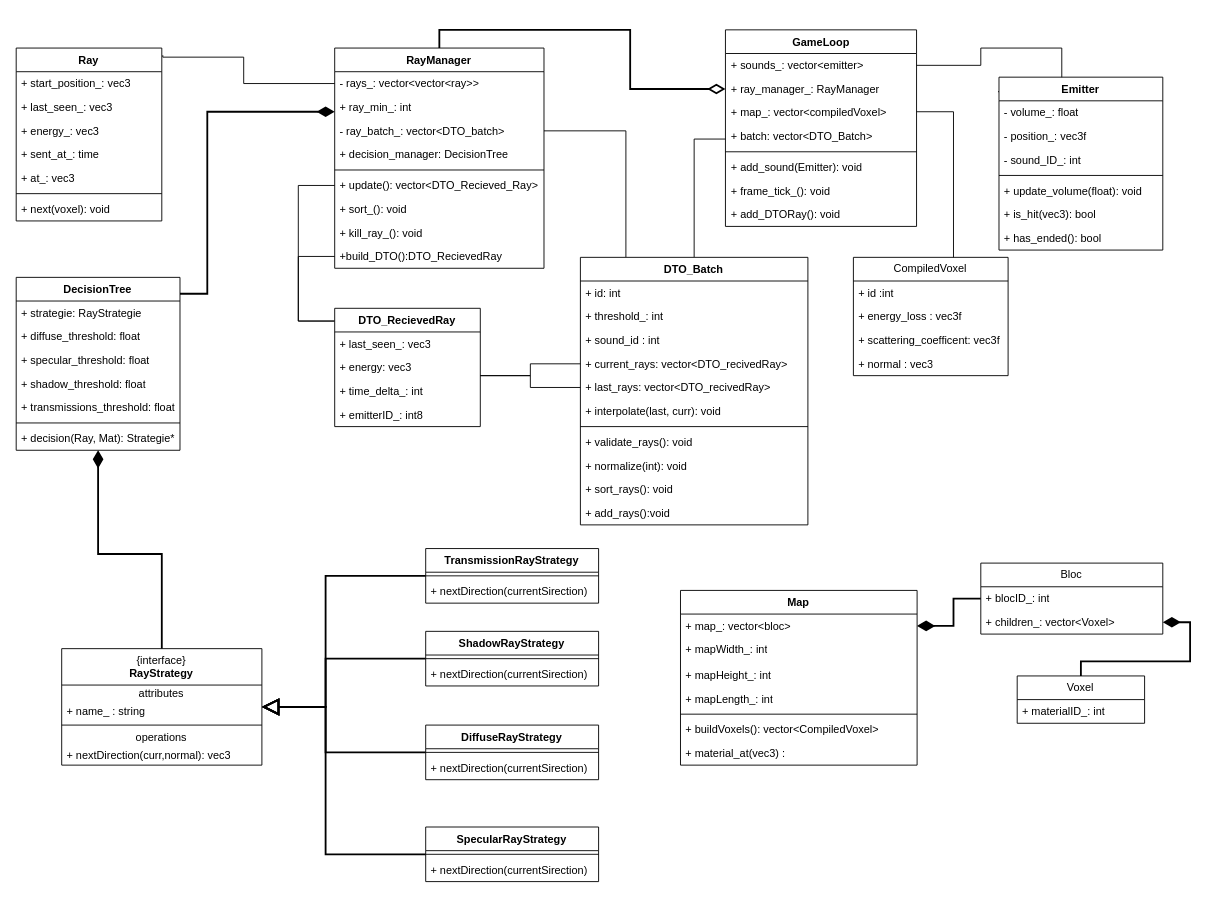
Before: doc/UML/draw_format/Draft-Classes-Jack.drawio in Cemecla/Acoustic-Tracing, a draw.io diagram. Source tidied: cells renumbered, new cells numbered last; positions are measured from the earlier drawing's top-left corner, leaving out a move shared by most shapes. Both pictures are drawn from the tidied source at 91%, with x=0, y=0 at pixel (15, 29).
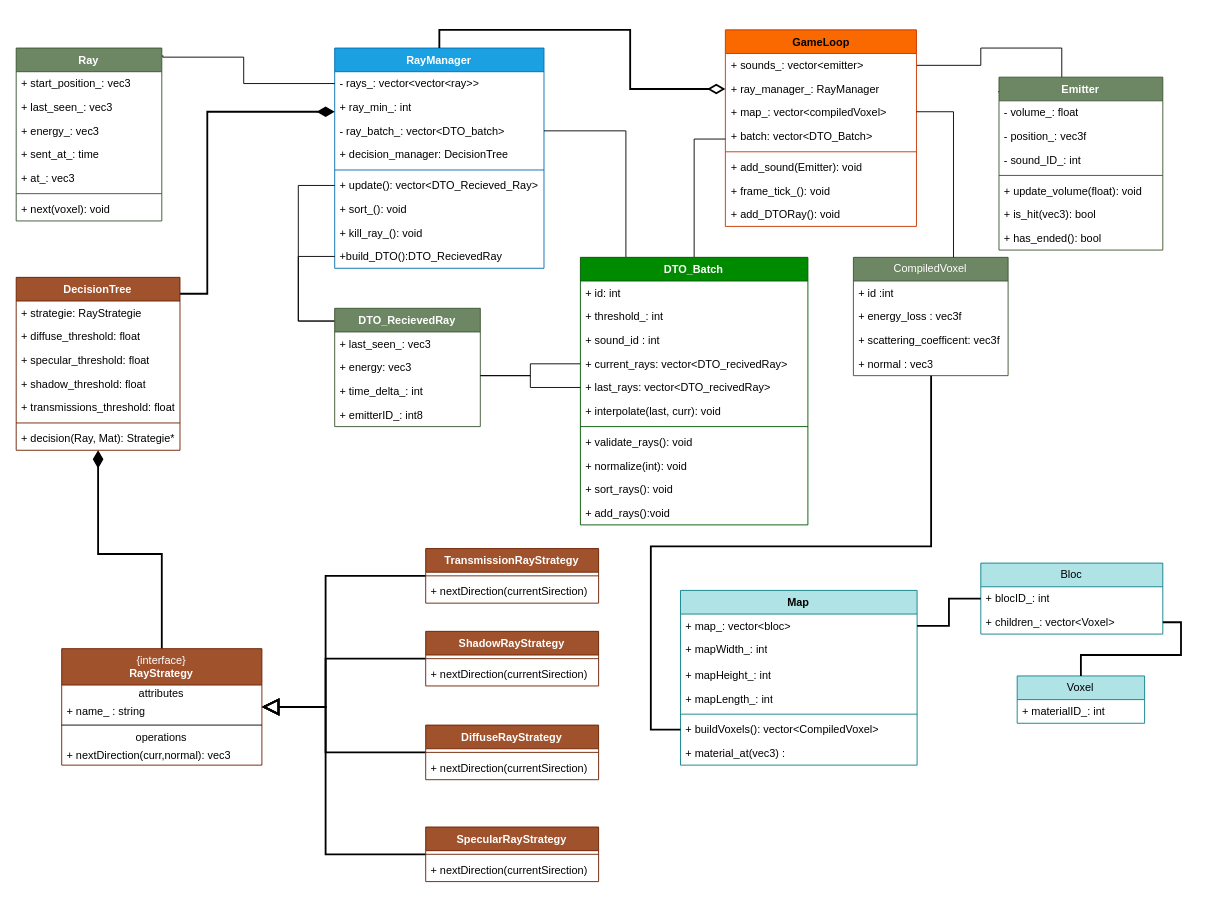
The same page after the edit.

Commit message (it also covers changes not shown here):
Update : UML Classes Couleurs

Unchanged cells that the change refers to:
```xml
<mxCell id="21" value="- rays_: vector&amp;lt;vector&amp;lt;ray&amp;gt;&amp;gt;" style="text;strokeColor=none;fillColor=none;align=left;verticalAlign=top;spacingLeft=4;spacingRight=4;overflow=hidden;points=[[0,0.5],[1,0.5]];portConstraint=eastwest;whiteSpace=wrap;html=1;" parent="19" vertex="1">
  <mxGeometry y="26" width="230" height="26" as="geometry" />
</mxCell>
<mxCell id="103" value="+ children_: vector&amp;lt;Voxel&amp;gt;" style="text;strokeColor=none;fillColor=none;align=left;verticalAlign=top;spacingLeft=4;spacingRight=4;overflow=hidden;points=[[0,0.5],[1,0.5]];portConstraint=eastwest;whiteSpace=wrap;html=1;" parent="101" vertex="1">
  <mxGeometry y="52" width="200" height="26" as="geometry" />
</mxCell>
<mxCell id="106" value="+ map_: vector&amp;lt;bloc&amp;gt;" style="text;strokeColor=none;fillColor=none;align=left;verticalAlign=top;spacingLeft=4;spacingRight=4;overflow=hidden;points=[[0,0.5],[1,0.5]];portConstraint=eastwest;whiteSpace=wrap;html=1;" parent="105" vertex="1">
  <mxGeometry y="26" width="260" height="26" as="geometry" />
</mxCell>
<mxCell id="111" value="+ buildVoxels(): vector&amp;lt;CompiledVoxel&amp;gt;" style="text;strokeColor=none;fillColor=none;align=left;verticalAlign=top;spacingLeft=4;spacingRight=4;overflow=hidden;points=[[0,0.5],[1,0.5]];portConstraint=eastwest;whiteSpace=wrap;html=1;" parent="105" vertex="1">
  <mxGeometry y="140" width="260" height="26" as="geometry" />
</mxCell>
```

Change to the diagram source:
```diff
@@
-    <mxCell id="3" value="Emitter" style="swimlane;fontStyle=1;align=center;verticalAlign=top;horizontal=1;startSize=26;whiteSpace=wrap;html=1;" parent="1" vertex="1">
+    <mxCell id="3" value="Emitter" style="swimlane;fontStyle=1;align=center;verticalAlign=top;horizontal=1;startSize=26;whiteSpace=wrap;html=1;fillColor=#6d8764;fontColor=#ffffff;strokeColor=#3A5431;" parent="1" vertex="1">
       <mxGeometry x="1080.3" y="52.3" width="180" height="190" as="geometry" />
     </mxCell>
@@
-    <mxCell id="11" value="Ray" style="swimlane;fontStyle=1;align=center;verticalAlign=top;horizontal=1;startSize=26;whiteSpace=wrap;html=1;" parent="1" vertex="1">
+    <mxCell id="11" value="Ray" style="swimlane;fontStyle=1;align=center;verticalAlign=top;horizontal=1;startSize=26;whiteSpace=wrap;html=1;fillColor=#6d8764;fontColor=#ffffff;strokeColor=#3A5431;" parent="1" vertex="1">
       <mxGeometry x="0.3" y="20.3" width="160" height="190" as="geometry" />
     </mxCell>
@@
-    <mxCell id="19" value="RayManager" style="swimlane;fontStyle=1;align=center;verticalAlign=top;horizontal=1;startSize=26;whiteSpace=wrap;html=1;" parent="1" vertex="1">
+    <mxCell id="19" value="RayManager" style="swimlane;fontStyle=1;align=center;verticalAlign=top;horizontal=1;startSize=26;whiteSpace=wrap;html=1;fillColor=#1ba1e2;fontColor=#ffffff;strokeColor=#006EAF;" parent="1" vertex="1">
       <mxGeometry x="350.3" y="20.3" width="230" height="242" as="geometry" />
     </mxCell>
-    <mxCell id="20" style="edgeStyle=orthogonalEdgeStyle;rounded=0;jettySize=auto;html=1;endArrow=none;endFill=0;endSize=14;strokeWidth=1;" parent="19" edge="1" target="21">
-      <mxGeometry relative="1" as="geometry">
-        <mxPoint x="-188.9" y="7.9" as="sourcePoint" />
-        <Array as="points">
-          <mxPoint x="-189" y="10" />
-          <mxPoint x="-100" y="10" />
-          <mxPoint x="-100" y="39" />
-        </Array>
-      </mxGeometry>
-    </mxCell>
+    <mxCell id="116" style="edgeStyle=orthogonalEdgeStyle;rounded=0;jettySize=auto;html=1;endArrow=none;endFill=0;endSize=14;strokeWidth=1;" parent="19" edge="1" target="21">
+      <mxGeometry relative="1" as="geometry">
+        <mxPoint x="-188.9" y="7.9" as="sourcePoint" />
+        <Array as="points">
+          <mxPoint x="-189" y="10" />
+          <mxPoint x="-100" y="10" />
+          <mxPoint x="-100" y="39" />
+        </Array>
+      </mxGeometry>
+    </mxCell>
@@
-    <mxCell id="30" value="GameLoop" style="swimlane;fontStyle=1;align=center;verticalAlign=top;horizontal=1;startSize=26;whiteSpace=wrap;html=1;" parent="1" vertex="1">
-      <mxGeometry x="779.7" y="0.3" width="210" height="216" as="geometry" />
+    <mxCell id="30" value="GameLoop" style="swimlane;fontStyle=1;align=center;verticalAlign=top;horizontal=1;startSize=26;whiteSpace=wrap;html=1;fillColor=#fa6800;fontColor=#000000;strokeColor=#C73500;" parent="1" vertex="1">
+      <mxGeometry x="779.6" y="0.3" width="210" height="216" as="geometry" />
     </mxCell>
@@
-    <mxCell id="43" value="DTO_RecievedRay" style="swimlane;fontStyle=1;align=center;verticalAlign=top;horizontal=1;startSize=26;whiteSpace=wrap;html=1;" parent="1" vertex="1">
+    <mxCell id="43" value="DTO_RecievedRay" style="swimlane;fontStyle=1;align=center;verticalAlign=top;horizontal=1;startSize=26;whiteSpace=wrap;html=1;fillColor=#6d8764;fontColor=#ffffff;strokeColor=#3A5431;" parent="1" vertex="1">
       <mxGeometry x="350.3" y="306.3" width="160" height="130" as="geometry" />
     </mxCell>
@@
-    <mxCell id="49" value="SpecularRayStrategy" style="swimlane;fontStyle=1;align=center;verticalAlign=top;horizontal=1;startSize=26;whiteSpace=wrap;html=1;" parent="1" vertex="1">
+    <mxCell id="49" value="SpecularRayStrategy" style="swimlane;fontStyle=1;align=center;verticalAlign=top;horizontal=1;startSize=26;whiteSpace=wrap;html=1;fillColor=#a0522d;fontColor=#ffffff;strokeColor=#6D1F00;" parent="1" vertex="1">
       <mxGeometry x="450.3" y="876.3" width="190" height="60" as="geometry" />
     </mxCell>
-    <mxCell id="50" style="line;strokeWidth=1;fillColor=none;align=left;verticalAlign=middle;spacingTop=-1;spacingLeft=3;spacingRight=3;labelPosition=right;strokeColor=inherit;" parent="49" vertex="1">
-      <mxGeometry y="26" width="190" height="8" as="geometry" />
-    </mxCell>
-    <mxCell id="51" value="+ nextDirection(currentSirection)" style="text;strokeColor=none;fillColor=none;align=left;verticalAlign=top;spacingLeft=4;spacingRight=4;overflow=hidden;whiteSpace=wrap;html=1;" parent="49" vertex="1">
-      <mxGeometry y="34" width="190" height="26" as="geometry" />
-    </mxCell>
+    <mxCell id="117" style="line;strokeWidth=1;fillColor=none;align=left;verticalAlign=middle;spacingTop=-1;spacingLeft=3;spacingRight=3;labelPosition=right;strokeColor=inherit;" parent="49" vertex="1">
+      <mxGeometry y="26" width="190" height="8" as="geometry" />
+    </mxCell>
+    <mxCell id="118" value="+ nextDirection(currentSirection)" style="text;strokeColor=none;fillColor=none;align=left;verticalAlign=top;spacingLeft=4;spacingRight=4;overflow=hidden;whiteSpace=wrap;html=1;" parent="49" vertex="1">
+      <mxGeometry y="34" width="190" height="26" as="geometry" />
+    </mxCell>
@@
-    <mxCell id="53" value="ShadowRayStrategy" style="swimlane;fontStyle=1;align=center;verticalAlign=top;horizontal=1;startSize=26;whiteSpace=wrap;html=1;" parent="1" vertex="1">
+    <mxCell id="53" value="ShadowRayStrategy" style="swimlane;fontStyle=1;align=center;verticalAlign=top;horizontal=1;startSize=26;whiteSpace=wrap;html=1;fillColor=#a0522d;fontColor=#ffffff;strokeColor=#6D1F00;" parent="1" vertex="1">
       <mxGeometry x="450.3" y="661.3" width="190" height="60" as="geometry" />
     </mxCell>
-    <mxCell id="54" style="line;strokeWidth=1;fillColor=none;align=left;verticalAlign=middle;spacingTop=-1;spacingLeft=3;spacingRight=3;labelPosition=right;strokeColor=inherit;" parent="53" vertex="1">
-      <mxGeometry y="26" width="190" height="8" as="geometry" />
-    </mxCell>
-    <mxCell id="55" value="+ nextDirection(currentSirection)" style="text;strokeColor=none;fillColor=none;align=left;verticalAlign=top;spacingLeft=4;spacingRight=4;overflow=hidden;whiteSpace=wrap;html=1;" parent="53" vertex="1">
-      <mxGeometry y="34" width="190" height="26" as="geometry" />
-    </mxCell>
+    <mxCell id="119" style="line;strokeWidth=1;fillColor=none;align=left;verticalAlign=middle;spacingTop=-1;spacingLeft=3;spacingRight=3;labelPosition=right;strokeColor=inherit;" parent="53" vertex="1">
+      <mxGeometry y="26" width="190" height="8" as="geometry" />
+    </mxCell>
+    <mxCell id="120" value="+ nextDirection(currentSirection)" style="text;strokeColor=none;fillColor=none;align=left;verticalAlign=top;spacingLeft=4;spacingRight=4;overflow=hidden;whiteSpace=wrap;html=1;" parent="53" vertex="1">
+      <mxGeometry y="34" width="190" height="26" as="geometry" />
+    </mxCell>
@@
-    <mxCell id="57" value="TransmissionRayStrategy" style="swimlane;fontStyle=1;align=center;verticalAlign=top;horizontal=1;startSize=26;whiteSpace=wrap;html=1;" parent="1" vertex="1">
+    <mxCell id="57" value="TransmissionRayStrategy" style="swimlane;fontStyle=1;align=center;verticalAlign=top;horizontal=1;startSize=26;whiteSpace=wrap;html=1;fillColor=#a0522d;fontColor=#ffffff;strokeColor=#6D1F00;" parent="1" vertex="1">
       <mxGeometry x="450.3" y="570.3" width="190" height="60" as="geometry" />
     </mxCell>
-    <mxCell id="58" style="line;strokeWidth=1;fillColor=none;align=left;verticalAlign=middle;spacingTop=-1;spacingLeft=3;spacingRight=3;labelPosition=right;strokeColor=inherit;" parent="57" vertex="1">
-      <mxGeometry y="26" width="190" height="8" as="geometry" />
-    </mxCell>
-    <mxCell id="59" value="+ nextDirection(currentSirection)" style="text;strokeColor=none;fillColor=none;align=left;verticalAlign=top;spacingLeft=4;spacingRight=4;overflow=hidden;whiteSpace=wrap;html=1;" parent="57" vertex="1">
-      <mxGeometry y="34" width="190" height="26" as="geometry" />
-    </mxCell>
+    <mxCell id="121" style="line;strokeWidth=1;fillColor=none;align=left;verticalAlign=middle;spacingTop=-1;spacingLeft=3;spacingRight=3;labelPosition=right;strokeColor=inherit;" parent="57" vertex="1">
+      <mxGeometry y="26" width="190" height="8" as="geometry" />
+    </mxCell>
+    <mxCell id="122" value="+ nextDirection(currentSirection)" style="text;strokeColor=none;fillColor=none;align=left;verticalAlign=top;spacingLeft=4;spacingRight=4;overflow=hidden;whiteSpace=wrap;html=1;" parent="57" vertex="1">
+      <mxGeometry y="34" width="190" height="26" as="geometry" />
+    </mxCell>
@@
-    <mxCell id="61" value="DiffuseRayStrategy" style="swimlane;fontStyle=1;align=center;verticalAlign=top;horizontal=1;startSize=26;whiteSpace=wrap;html=1;" parent="1" vertex="1">
+    <mxCell id="61" value="DiffuseRayStrategy" style="swimlane;fontStyle=1;align=center;verticalAlign=top;horizontal=1;startSize=26;whiteSpace=wrap;html=1;fillColor=#a0522d;fontColor=#ffffff;strokeColor=#6D1F00;" parent="1" vertex="1">
       <mxGeometry x="450.3" y="764.3" width="190" height="60" as="geometry" />
     </mxCell>
-    <mxCell id="62" style="line;strokeWidth=1;fillColor=none;align=left;verticalAlign=middle;spacingTop=-1;spacingLeft=3;spacingRight=3;labelPosition=right;strokeColor=inherit;" parent="61" vertex="1">
-      <mxGeometry y="26" width="190" height="8" as="geometry" />
-    </mxCell>
-    <mxCell id="63" value="+ nextDirection(currentSirection)" style="text;strokeColor=none;fillColor=none;align=left;verticalAlign=top;spacingLeft=4;spacingRight=4;overflow=hidden;whiteSpace=wrap;html=1;" parent="61" vertex="1">
-      <mxGeometry y="34" width="190" height="26" as="geometry" />
-    </mxCell>
+    <mxCell id="123" style="line;strokeWidth=1;fillColor=none;align=left;verticalAlign=middle;spacingTop=-1;spacingLeft=3;spacingRight=3;labelPosition=right;strokeColor=inherit;" parent="61" vertex="1">
+      <mxGeometry y="26" width="190" height="8" as="geometry" />
+    </mxCell>
+    <mxCell id="124" value="+ nextDirection(currentSirection)" style="text;strokeColor=none;fillColor=none;align=left;verticalAlign=top;spacingLeft=4;spacingRight=4;overflow=hidden;whiteSpace=wrap;html=1;" parent="61" vertex="1">
+      <mxGeometry y="34" width="190" height="26" as="geometry" />
+    </mxCell>
@@
-    <mxCell id="65" value="&lt;div&gt;{interface}&lt;b&gt;&lt;/b&gt;&lt;/div&gt;&lt;b&gt;RayStrategy&lt;/b&gt;" style="swimlane;fontStyle=0;align=center;verticalAlign=top;horizontal=1;startSize=40;html=1;whiteSpace=wrap;" parent="1" vertex="1">
+    <mxCell id="65" value="&lt;div&gt;{interface}&lt;b&gt;&lt;/b&gt;&lt;/div&gt;&lt;b&gt;RayStrategy&lt;/b&gt;" style="swimlane;fontStyle=0;align=center;verticalAlign=top;horizontal=1;startSize=40;html=1;whiteSpace=wrap;fillColor=#a0522d;fontColor=#ffffff;strokeColor=#6D1F00;" parent="1" vertex="1">
       <mxGeometry x="50.3" y="680.3" width="220" height="128" as="geometry" />
     </mxCell>
@@
-    <mxCell id="73" value="DTO_Batch" style="swimlane;fontStyle=1;align=center;verticalAlign=top;horizontal=1;startSize=26;whiteSpace=wrap;html=1;" parent="1" vertex="1">
+    <mxCell id="73" value="DTO_Batch" style="swimlane;fontStyle=1;align=center;verticalAlign=top;horizontal=1;startSize=26;whiteSpace=wrap;html=1;fillColor=#008a00;strokeColor=#005700;fontColor=#ffffff;" parent="1" vertex="1">
       <mxGeometry x="620.3" y="250.3" width="250" height="294" as="geometry" />
     </mxCell>
@@
-    <mxCell id="86" value="DecisionTree" style="swimlane;fontStyle=1;align=center;verticalAlign=top;horizontal=1;startSize=26;whiteSpace=wrap;html=1;" parent="1" vertex="1">
+    <mxCell id="86" value="DecisionTree" style="swimlane;fontStyle=1;align=center;verticalAlign=top;horizontal=1;startSize=26;whiteSpace=wrap;html=1;fillColor=#a0522d;strokeColor=#6D1F00;fontColor=#ffffff;" parent="1" vertex="1">
       <mxGeometry x="0.3" y="272.3" width="180" height="190" as="geometry" />
     </mxCell>
@@
-    <mxCell id="94" value="Voxel" style="swimlane;fontStyle=0;horizontal=1;startSize=26;fillColor=none;whiteSpace=wrap;html=1;" parent="1" vertex="1">
+    <mxCell id="94" value="Voxel" style="swimlane;fontStyle=0;horizontal=1;startSize=26;fillColor=#b0e3e6;whiteSpace=wrap;html=1;strokeColor=#0e8088;" parent="1" vertex="1">
       <mxGeometry x="1100.3" y="710.3" width="140" height="52" as="geometry" />
     </mxCell>
@@
-    <mxCell id="96" value="CompiledVoxel" style="swimlane;fontStyle=0;horizontal=1;startSize=26;fillColor=none;whiteSpace=wrap;html=1;" parent="1" vertex="1">
+    <mxCell id="96" value="CompiledVoxel" style="swimlane;fontStyle=0;horizontal=1;startSize=26;fillColor=#6d8764;whiteSpace=wrap;html=1;fontColor=#ffffff;strokeColor=#3A5431;" parent="1" vertex="1">
       <mxGeometry x="920.3" y="250.3" width="170" height="130" as="geometry" />
     </mxCell>
@@
-    <mxCell id="101" value="Bloc" style="swimlane;fontStyle=0;horizontal=1;startSize=26;fillColor=none;whiteSpace=wrap;html=1;" parent="1" vertex="1">
+    <mxCell id="101" value="Bloc" style="swimlane;fontStyle=0;horizontal=1;startSize=26;fillColor=#b0e3e6;whiteSpace=wrap;html=1;strokeColor=#0e8088;" parent="1" vertex="1">
       <mxGeometry x="1060.3" y="586.3" width="200" height="78" as="geometry" />
     </mxCell>
@@
-    <mxCell id="104" style="edgeStyle=orthogonalEdgeStyle;rounded=0;jettySize=auto;html=1;endArrow=none;endFill=0;endSize=20;startArrow=diamondThin;startFill=1;strokeWidth=2;startSize=14;" parent="1" edge="1" source="103" target="94">
+    <mxCell id="104" style="edgeStyle=orthogonalEdgeStyle;rounded=0;jettySize=auto;html=1;endArrow=none;endFill=0;endSize=20;startArrow=none;startFill=0;strokeWidth=2;startSize=14;" parent="1" edge="1" source="103" target="94">
       <mxGeometry relative="1" as="geometry" />
     </mxCell>
-    <mxCell id="105" value="Map" style="swimlane;fontStyle=1;align=center;verticalAlign=top;horizontal=1;startSize=26;whiteSpace=wrap;html=1;" parent="1" vertex="1">
+    <mxCell id="105" value="Map" style="swimlane;fontStyle=1;align=center;verticalAlign=top;horizontal=1;startSize=26;whiteSpace=wrap;html=1;fillColor=#b0e3e6;strokeColor=#0e8088;" parent="1" vertex="1">
       <mxGeometry x="730.3" y="616.3" width="260" height="192" as="geometry" />
     </mxCell>
@@
-    <mxCell id="113" style="edgeStyle=orthogonalEdgeStyle;rounded=0;jettySize=auto;html=1;endArrow=none;endFill=0;endSize=20;startArrow=diamondThin;startFill=1;strokeWidth=2;startSize=14;" parent="1" edge="1" source="106" target="101">
+    <mxCell id="113" style="edgeStyle=orthogonalEdgeStyle;rounded=0;jettySize=auto;html=1;endArrow=none;endFill=0;endSize=20;startArrow=none;startFill=0;strokeWidth=2;startSize=14;" parent="1" edge="1" source="106" target="101">
       <mxGeometry relative="1" as="geometry" />
     </mxCell>
@@
+    <mxCell id="125" style="edgeStyle=orthogonalEdgeStyle;rounded=0;jettySize=auto;html=1;endArrow=none;endFill=0;strokeWidth=2;" parent="1" edge="1" source="111" target="96">
+      <mxGeometry relative="1" as="geometry">
+        <Array as="points">
+          <mxPoint x="697.7" y="769" />
+          <mxPoint x="697.7" y="568" />
+          <mxPoint x="1005.7" y="568" />
+        </Array>
+      </mxGeometry>
+    </mxCell>
```
